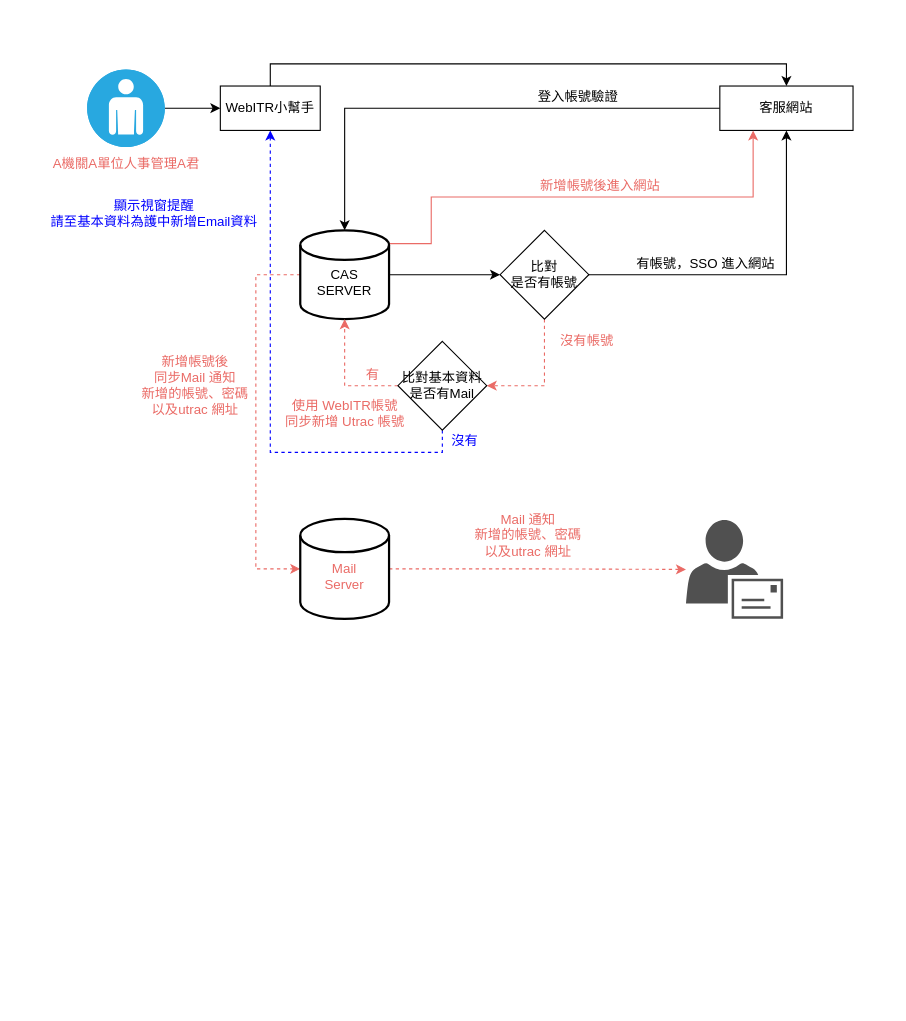
Earlier version of the draw.io diagram page "Page-3" (3 of 3) of Untitled Diagram.drawio (Cadmus-design/Diagrams). Source tidied: cells renumbered, new cells numbered last; positions are measured from the earlier drawing's top-left corner, leaving out a move shared by most shapes. Both pictures are drawn from the tidied source at 111%, with x=0, y=0 at pixel (42, 69).
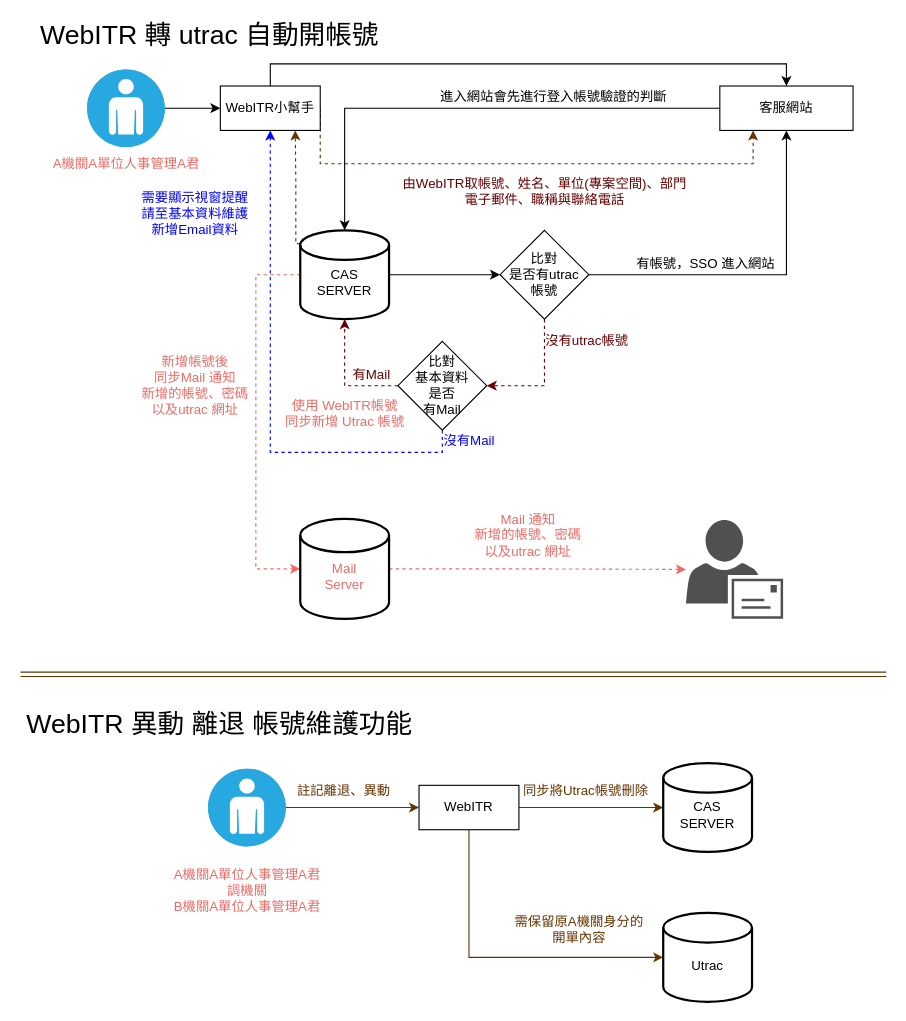
The same diagram, later.

The change refers to these unchanged cells:
```xml
<mxCell id="3" value="WebITR小幫手" style="rounded=0;whiteSpace=wrap;html=1;" parent="1" vertex="1">
  <mxGeometry x="160" y="15" width="90" height="40" as="geometry" />
</mxCell>
<mxCell id="5" value="客服網站" style="whiteSpace=wrap;html=1;rounded=0;" parent="1" vertex="1">
  <mxGeometry x="610" y="15" width="120" height="40" as="geometry" />
</mxCell>
<mxCell id="13" value="&lt;div&gt;&lt;br&gt;&lt;/div&gt;&lt;div&gt;CAS&lt;/div&gt;&lt;div&gt;SERVER&lt;br&gt;&lt;/div&gt;" style="strokeWidth=2;html=1;shape=mxgraph.flowchart.database;whiteSpace=wrap;" parent="1" vertex="1">
  <mxGeometry x="232" y="145" width="80" height="80" as="geometry" />
</mxCell>
```

What changed in the source:
```diff
@@
+    <mxCell id="33" style="edgeStyle=orthogonalEdgeStyle;rounded=0;jettySize=auto;html=1;exitX=1;exitY=0.5;exitDx=0;exitDy=0;entryX=0.25;entryY=1;entryDx=0;entryDy=0;dashed=1;fontSize=24;fontColor=#000000;endArrow=classic;endFill=1;strokeColor=#663300;" parent="1" edge="1" source="3" target="5">
+      <mxGeometry relative="1" as="geometry">
+        <Array as="points">
+          <mxPoint x="250" y="85" />
+          <mxPoint x="640" y="85" />
+        </Array>
+      </mxGeometry>
+    </mxCell>
@@
-    <mxCell id="8" value="沒有帳號" style="text;html=1;align=center;verticalAlign=middle;fillColor=none;strokeColor=none;rounded=0;fontColor=#EA6B66;" parent="1" vertex="1">
-      <mxGeometry x="460" y="235" width="60" height="20" as="geometry" />
+    <mxCell id="8" value="沒有utrac帳號" style="text;html=1;align=center;verticalAlign=middle;fillColor=none;strokeColor=none;rounded=0;fontColor=#660000;" parent="1" vertex="1">
+      <mxGeometry x="445" y="235" width="90" height="20" as="geometry" />
     </mxCell>
@@
-    <mxCell id="11" style="edgeStyle=orthogonalEdgeStyle;rounded=0;jettySize=auto;html=1;exitX=1;exitY=0.15;exitDx=0;exitDy=0;exitPerimeter=0;entryX=0.25;entryY=1;entryDx=0;entryDy=0;fontColor=#EA6B66;endArrow=classic;endFill=1;strokeColor=#EA6B66;" parent="1" edge="1" source="13" target="5">
-      <mxGeometry relative="1" as="geometry">
-        <Array as="points">
-          <mxPoint x="350" y="157" />
-          <mxPoint x="350" y="115" />
-          <mxPoint x="640" y="115" />
-        </Array>
-      </mxGeometry>
-    </mxCell>
@@
+    <mxCell id="34" style="edgeStyle=orthogonalEdgeStyle;rounded=0;jettySize=auto;html=1;exitX=0;exitY=0.15;exitDx=0;exitDy=0;exitPerimeter=0;entryX=0.75;entryY=1;entryDx=0;entryDy=0;dashed=1;fontSize=24;fontColor=#000000;endArrow=classic;endFill=1;strokeColor=#663300;" parent="1" edge="1" source="13" target="3">
+      <mxGeometry relative="1" as="geometry">
+        <Array as="points">
+          <mxPoint x="228" y="157" />
+          <mxPoint x="228" y="100" />
+        </Array>
+      </mxGeometry>
+    </mxCell>
@@
-    <mxCell id="14" value="登入帳號驗證" style="text;html=1;align=center;verticalAlign=middle;fillColor=none;strokeColor=none;rounded=0;" parent="1" vertex="1">
-      <mxGeometry x="437" y="15" width="90" height="20" as="geometry" />
+    <mxCell id="14" value="進入網站會先進行登入帳號驗證的判斷" style="text;html=1;align=center;verticalAlign=middle;fillColor=none;strokeColor=none;rounded=0;" parent="1" vertex="1">
+      <mxGeometry x="350" y="15" width="220" height="20" as="geometry" />
     </mxCell>
-    <mxCell id="15" style="edgeStyle=orthogonalEdgeStyle;rounded=0;jettySize=auto;html=1;exitX=0.5;exitY=1;exitDx=0;exitDy=0;entryX=1;entryY=0.5;entryDx=0;entryDy=0;endArrow=classic;endFill=1;strokeColor=#EA6B66;dashed=1;" parent="1" edge="1" source="16" target="29">
+    <mxCell id="15" style="edgeStyle=orthogonalEdgeStyle;rounded=0;jettySize=auto;html=1;exitX=0.5;exitY=1;exitDx=0;exitDy=0;entryX=1;entryY=0.5;entryDx=0;entryDy=0;endArrow=classic;endFill=1;dashed=1;fontColor=#660000;strokeColor=#660000;" parent="1" edge="1" source="16" target="29">
       <mxGeometry relative="1" as="geometry">
         <Array as="points">
           <mxPoint x="452" y="285" />
         </Array>
       </mxGeometry>
     </mxCell>
-    <mxCell id="16" value="&lt;div&gt;比對&lt;/div&gt;&lt;div&gt;是否有帳號&lt;/div&gt;" style="rhombus;whiteSpace=wrap;html=1;" parent="1" vertex="1">
+    <mxCell id="16" value="&lt;div&gt;比對&lt;/div&gt;&lt;div&gt;是否有utrac&lt;/div&gt;&lt;div&gt;帳號&lt;/div&gt;" style="rhombus;whiteSpace=wrap;html=1;" parent="1" vertex="1">
       <mxGeometry x="412" y="145" width="80" height="80" as="geometry" />
     </mxCell>
@@
-    <mxCell id="18" value="新增帳號後進入網站" style="text;html=1;align=center;verticalAlign=middle;fillColor=none;strokeColor=none;rounded=0;fontColor=#EA6B66;" parent="1" vertex="1">
-      <mxGeometry x="442" y="95" width="120" height="20" as="geometry" />
+    <mxCell id="18" value="&lt;div&gt;由WebITR取帳號、姓名、單位(專案空間)、部門&lt;/div&gt;&lt;div&gt;電子郵件、職稱與聯絡電話&lt;br&gt;&lt;/div&gt;" style="text;html=1;align=center;verticalAlign=middle;fillColor=none;strokeColor=none;rounded=0;fontColor=#660000;" parent="1" vertex="1">
+      <mxGeometry x="317" y="95" width="270" height="30" as="geometry" />
     </mxCell>
@@
-    <mxCell id="27" style="edgeStyle=orthogonalEdgeStyle;rounded=0;jettySize=auto;html=1;exitX=0;exitY=0.5;exitDx=0;exitDy=0;entryX=0.5;entryY=1;entryDx=0;entryDy=0;entryPerimeter=0;fontColor=#EA6B66;endArrow=classic;endFill=1;strokeColor=#EA6B66;dashed=1;" parent="1" edge="1" source="29" target="13">
+    <mxCell id="27" style="edgeStyle=orthogonalEdgeStyle;rounded=0;jettySize=auto;html=1;exitX=0;exitY=0.5;exitDx=0;exitDy=0;entryX=0.5;entryY=1;entryDx=0;entryDy=0;entryPerimeter=0;endArrow=classic;endFill=1;dashed=1;fontColor=#660000;strokeColor=#660000;" parent="1" edge="1" source="29" target="13">
       <mxGeometry relative="1" as="geometry" />
     </mxCell>
@@
-    <mxCell id="29" value="&lt;div&gt;比對基本資料&lt;/div&gt;&lt;div&gt;是否有Mail&lt;/div&gt;" style="rhombus;whiteSpace=wrap;html=1;" parent="1" vertex="1">
+    <mxCell id="29" value="&lt;div&gt;比對&lt;/div&gt;&lt;div&gt;基本資料&lt;/div&gt;&lt;div&gt;是否&lt;/div&gt;&lt;div&gt;有Mail&lt;/div&gt;" style="rhombus;whiteSpace=wrap;html=1;" parent="1" vertex="1">
       <mxGeometry x="320" y="245" width="80" height="80" as="geometry" />
     </mxCell>
-    <mxCell id="30" value="有" style="text;html=1;align=center;verticalAlign=middle;fillColor=none;strokeColor=none;rounded=0;fontColor=#EA6B66;" parent="1" vertex="1">
-      <mxGeometry x="282" y="265" width="30" height="20" as="geometry" />
+    <mxCell id="30" value="有Mail" style="text;html=1;align=center;verticalAlign=middle;fillColor=none;strokeColor=none;rounded=0;fontColor=#660000;" parent="1" vertex="1">
+      <mxGeometry x="271" y="265" width="50" height="20" as="geometry" />
     </mxCell>
-    <mxCell id="31" value="沒有" style="text;html=1;align=center;verticalAlign=middle;fillColor=none;rounded=0;fontColor=#0000FF;" parent="1" vertex="1">
-      <mxGeometry x="360" y="325" width="40" height="20" as="geometry" />
+    <mxCell id="31" value="沒有Mail" style="text;html=1;align=center;verticalAlign=middle;fillColor=none;rounded=0;fontColor=#0000FF;" parent="1" vertex="1">
+      <mxGeometry x="354" y="325" width="60" height="20" as="geometry" />
     </mxCell>
-    <mxCell id="32" value="&lt;div&gt;顯示視窗提醒&lt;/div&gt;&lt;div&gt;請至基本資料為護中新增Email資料&lt;br&gt;&lt;/div&gt;" style="text;html=1;align=center;verticalAlign=middle;fillColor=none;strokeColor=none;rounded=0;fontColor=#0000FF;" parent="1" vertex="1">
-      <mxGeometry y="115" width="200" height="30" as="geometry" />
+    <mxCell id="32" value="&lt;div&gt;需要顯示視窗提醒&lt;/div&gt;&lt;div&gt;請至基本資料維護&lt;/div&gt;&lt;div&gt;新增Email資料&lt;br&gt;&lt;/div&gt;" style="text;html=1;align=center;verticalAlign=middle;fillColor=none;strokeColor=none;rounded=0;fontColor=#0000FF;" parent="1" vertex="1">
+      <mxGeometry x="82" y="105" width="110" height="50" as="geometry" />
     </mxCell>
+    <mxCell id="35" style="edgeStyle=orthogonalEdgeStyle;rounded=0;jettySize=auto;html=1;exitX=1;exitY=0.5;exitDx=0;exitDy=0;exitPerimeter=0;entryX=0;entryY=0.5;entryDx=0;entryDy=0;fontColor=#0000FF;endArrow=classic;endFill=1;strokeColor=#663300;" parent="1" edge="1" source="36" target="40">
+      <mxGeometry relative="1" as="geometry" />
+    </mxCell>
+    <mxCell id="36" style="fillColor=#28A8E0;verticalLabelPosition=bottom;html=1;strokeColor=#ffffff;verticalAlign=top;align=center;points=[[0.145,0.145,0],[0.5,0,0],[0.855,0.145,0],[1,0.5,0],[0.855,0.855,0],[0.5,1,0],[0.145,0.855,0],[0,0.5,0]];shape=mxgraph.cisco_safe.compositeIcon;bgIcon=ellipse;resIcon=mxgraph.cisco_safe.capability.user;fontColor=#EA6B66;" parent="1" vertex="1">
+      <mxGeometry x="149" y="630" width="70" height="70" as="geometry" />
+    </mxCell>
+    <mxCell id="37" value="&lt;div&gt;A機關A單位人事管理A君&lt;/div&gt;&lt;div&gt;調機關&lt;/div&gt;&lt;div&gt;B機關A單位人事管理A君&lt;/div&gt;" style="text;html=1;align=center;verticalAlign=middle;fillColor=none;strokeColor=none;rounded=0;fontColor=#EA6B66;" parent="1" vertex="1">
+      <mxGeometry x="109" y="715" width="150" height="50" as="geometry" />
+    </mxCell>
+    <mxCell id="38" style="edgeStyle=orthogonalEdgeStyle;rounded=0;jettySize=auto;html=1;exitX=1;exitY=0.5;exitDx=0;exitDy=0;entryX=0;entryY=0.5;entryDx=0;entryDy=0;entryPerimeter=0;fontColor=#0000FF;endArrow=classic;endFill=1;strokeColor=#663300;" parent="1" edge="1" source="40" target="41">
+      <mxGeometry relative="1" as="geometry" />
+    </mxCell>
+    <mxCell id="39" style="edgeStyle=orthogonalEdgeStyle;rounded=0;jettySize=auto;html=1;exitX=0.5;exitY=1;exitDx=0;exitDy=0;entryX=0;entryY=0.5;entryDx=0;entryDy=0;entryPerimeter=0;fontColor=#663300;endArrow=classic;endFill=1;strokeColor=#663300;" parent="1" edge="1" source="40" target="44">
+      <mxGeometry relative="1" as="geometry" />
+    </mxCell>
+    <mxCell id="40" value="WebITR" style="rounded=0;whiteSpace=wrap;html=1;" parent="1" vertex="1">
+      <mxGeometry x="339" y="645" width="90" height="40" as="geometry" />
+    </mxCell>
+    <mxCell id="41" value="&lt;div&gt;&lt;br&gt;&lt;/div&gt;&lt;div&gt;CAS&lt;/div&gt;&lt;div&gt;SERVER&lt;br&gt;&lt;/div&gt;" style="strokeWidth=2;html=1;shape=mxgraph.flowchart.database;whiteSpace=wrap;" parent="1" vertex="1">
+      <mxGeometry x="559" y="625" width="80" height="80" as="geometry" />
+    </mxCell>
+    <mxCell id="42" value="註記離退、異動" style="text;html=1;align=center;verticalAlign=middle;fillColor=none;strokeColor=none;rounded=0;fontColor=#663300;" parent="1" vertex="1">
+      <mxGeometry x="221" y="640" width="100" height="20" as="geometry" />
+    </mxCell>
+    <mxCell id="43" value="同步將Utrac帳號刪除" style="text;html=1;align=center;verticalAlign=middle;fillColor=none;strokeColor=none;rounded=0;fontColor=#663300;" parent="1" vertex="1">
+      <mxGeometry x="424" y="640" width="130" height="20" as="geometry" />
+    </mxCell>
+    <mxCell id="44" value="&lt;div&gt;&lt;br&gt;&lt;/div&gt;&lt;div&gt;Utrac&lt;/div&gt;" style="strokeWidth=2;html=1;shape=mxgraph.flowchart.database;whiteSpace=wrap;" parent="1" vertex="1">
+      <mxGeometry x="559" y="760" width="80" height="80" as="geometry" />
+    </mxCell>
+    <mxCell id="45" value="&lt;div&gt;需保留原A機關身分的&lt;/div&gt;&lt;div&gt;開單內容&lt;/div&gt;" style="text;html=1;align=center;verticalAlign=middle;fillColor=none;strokeColor=none;rounded=0;fontColor=#663300;" parent="1" vertex="1">
+      <mxGeometry x="418" y="760" width="130" height="30" as="geometry" />
+    </mxCell>
+    <mxCell id="46" style="shape=link;html=1;fontColor=#663300;endArrow=classic;endFill=1;strokeColor=#663300;" parent="1" edge="1">
+      <mxGeometry relative="1" as="geometry">
+        <mxPoint x="-20" y="545" as="sourcePoint" />
+        <mxPoint x="760" y="545" as="targetPoint" />
+      </mxGeometry>
+    </mxCell>
+    <mxCell id="47" value="WebITR 轉 utrac 自動開帳號" style="text;html=1;align=center;verticalAlign=middle;fillColor=none;strokeColor=none;rounded=0;fontSize=24;" parent="1" vertex="1">
+      <mxGeometry x="-10" y="-45" width="320" height="30" as="geometry" />
+    </mxCell>
+    <mxCell id="48" value="WebITR 異動 離退 帳號維護功能" style="text;html=1;align=center;verticalAlign=middle;fillColor=none;strokeColor=none;rounded=0;fontSize=24;fontColor=#000000;" parent="1" vertex="1">
+      <mxGeometry x="-21" y="575" width="360" height="30" as="geometry" />
+    </mxCell>
```
